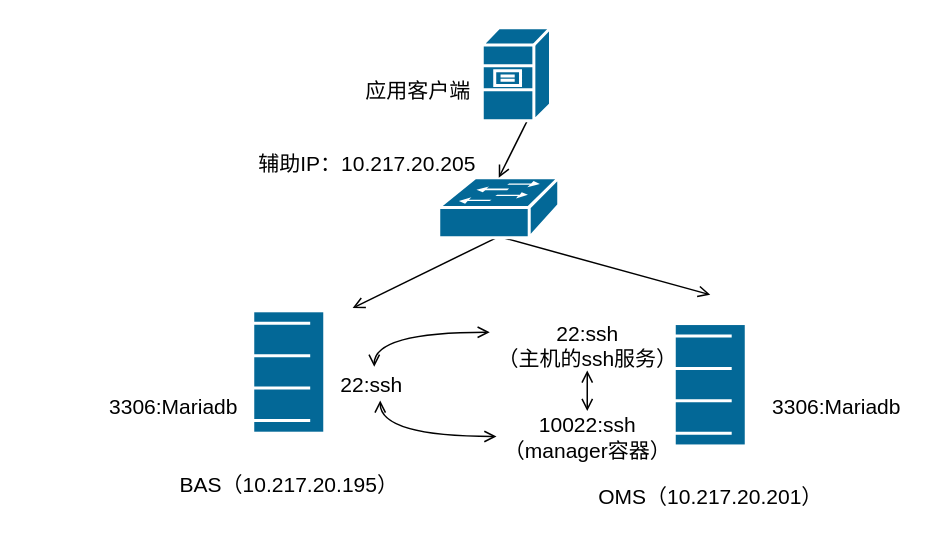
waterwatermelon/graph keeps this draw.io diagram as page "MHA-Mariadb" (4 of 4) of Mysql高可用.drawio. Above is the earlier version. Source tidied: cells renumbered, new cells numbered last; positions are measured from the earlier drawing's top-left corner, leaving out a move shared by most shapes. Both pictures are drawn from the tidied source at 150%, with x=0, y=0 at pixel (100, 27).
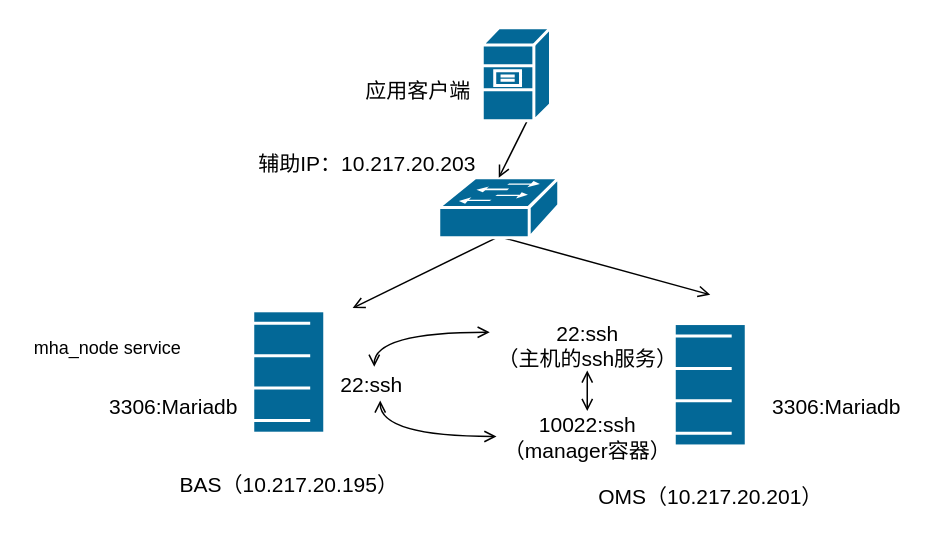
The same page after the edit.

Commit message:
更新Mysql高可用.drawio

Change to the diagram source:
```diff
@@
-    <mxCell id="18" value="&lt;span style=&quot;font-size: 14px&quot;&gt;辅助IP：10.217.20.205&lt;/span&gt;" style="text;html=1;align=center;verticalAlign=middle;" parent="1" vertex="1">
+    <mxCell id="18" value="&lt;span style=&quot;font-size: 14px&quot;&gt;辅助IP：10.217.20.203&lt;/span&gt;" style="text;html=1;align=center;verticalAlign=middle;" parent="1" vertex="1">
       <mxGeometry x="99" y="81" width="155" height="19" as="geometry" />
     </mxCell>
+    <mxCell id="19" value="mha_node service" style="text;html=1;align=center;verticalAlign=middle;" parent="1" vertex="1">
+      <mxGeometry x="-50" y="205" width="108" height="18" as="geometry" />
+    </mxCell>
```
